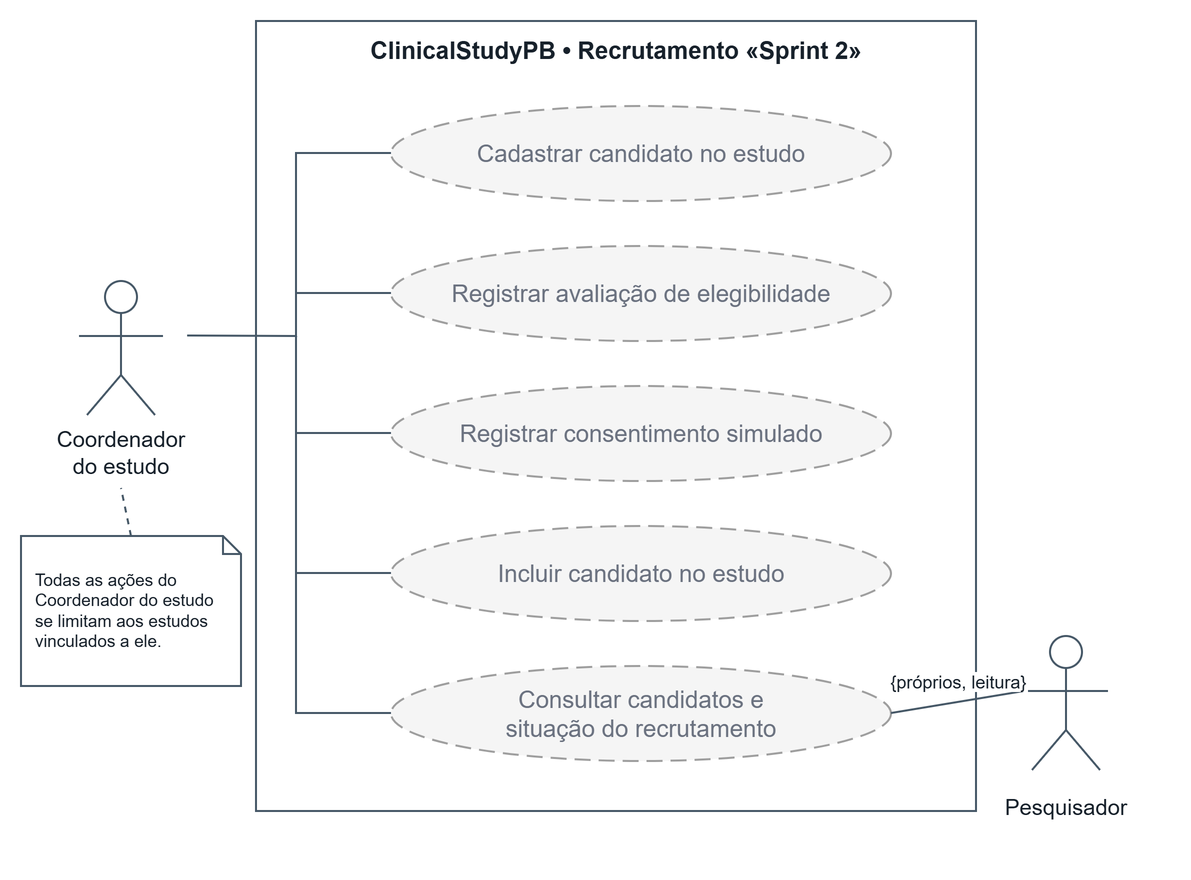
The draw.io diagram releases/release1/diagramas/03_casos_recrutamento.png in Sinddylnn/ClinicalStudyPB, before a commit. Source tidied: cells renumbered, new cells last; positions are measured from the earlier drawing's top-left corner, leaving out a move shared by most shapes. Its diagram source:
```xml
<mxGraphModel>
  <root>
    <mxCell id="0" />
    <mxCell id="1" parent="0" />
    <mxCell id="2" style="shape=rectangle;rounded=0;whiteSpace=wrap;html=0;fillColor=#FFFFFF;strokeColor=#465867;strokeWidth=2;fontColor=#17212B;fontFamily=Arial;fontSize=24;fontStyle=0;align=center;verticalAlign=middle;spacing=4;" parent="1" vertex="1">
      <mxGeometry x="235" width="720" height="790" as="geometry" />
    </mxCell>
    <mxCell id="3" value="ClinicalStudyPB • Recrutamento «Sprint 2»" style="shape=text;rounded=0;whiteSpace=wrap;html=0;fillColor=none;strokeColor=none;strokeWidth=2;fontColor=#17212B;fontFamily=Arial;fontSize=24;fontStyle=1;align=center;verticalAlign=middle;spacing=4;" parent="1" vertex="1">
      <mxGeometry x="245" y="10" width="700" height="40" as="geometry" />
    </mxCell>
    <mxCell id="4" style="shape=ellipse;rounded=0;whiteSpace=wrap;html=0;fillColor=#FFFFFF;strokeColor=#465867;strokeWidth=2;fontColor=#17212B;fontFamily=Arial;fontSize=24;fontStyle=0;align=center;verticalAlign=middle;spacing=4;" parent="1" vertex="1">
      <mxGeometry x="84" y="260" width="32" height="32" as="geometry" />
    </mxCell>
    <mxCell id="5" style="edgeStyle=none;html=0;rounded=0;strokeColor=#465867;strokeWidth=2;endArrow=none;endFill=1;startArrow=none;startFill=1;dashed=0;fontFamily=Arial;fontSize=20;fontColor=#17212B;labelBackgroundColor=#FFFFFF;" parent="1" edge="1">
      <mxGeometry relative="1" as="geometry">
        <mxPoint x="100" y="292" as="sourcePoint" />
        <mxPoint x="100" y="354" as="targetPoint" />
      </mxGeometry>
    </mxCell>
    <mxCell id="6" style="edgeStyle=none;html=0;rounded=0;strokeColor=#465867;strokeWidth=2;endArrow=none;endFill=1;startArrow=none;startFill=1;dashed=0;fontFamily=Arial;fontSize=20;fontColor=#17212B;labelBackgroundColor=#FFFFFF;" parent="1" edge="1">
      <mxGeometry relative="1" as="geometry">
        <mxPoint x="58" y="315" as="sourcePoint" />
        <mxPoint x="142" y="315" as="targetPoint" />
      </mxGeometry>
    </mxCell>
    <mxCell id="7" style="edgeStyle=none;html=0;rounded=0;strokeColor=#465867;strokeWidth=2;endArrow=none;endFill=1;startArrow=none;startFill=1;dashed=0;fontFamily=Arial;fontSize=20;fontColor=#17212B;labelBackgroundColor=#FFFFFF;" parent="1" edge="1">
      <mxGeometry relative="1" as="geometry">
        <mxPoint x="100" y="354" as="sourcePoint" />
        <mxPoint x="66" y="394" as="targetPoint" />
      </mxGeometry>
    </mxCell>
    <mxCell id="8" style="edgeStyle=none;html=0;rounded=0;strokeColor=#465867;strokeWidth=2;endArrow=none;endFill=1;startArrow=none;startFill=1;dashed=0;fontFamily=Arial;fontSize=20;fontColor=#17212B;labelBackgroundColor=#FFFFFF;" parent="1" edge="1">
      <mxGeometry relative="1" as="geometry">
        <mxPoint x="100" y="354" as="sourcePoint" />
        <mxPoint x="134" y="394" as="targetPoint" />
      </mxGeometry>
    </mxCell>
    <mxCell id="9" value="Coordenador&#10;do estudo" style="shape=text;rounded=0;whiteSpace=wrap;html=0;fillColor=none;strokeColor=none;strokeWidth=2;fontColor=#17212B;fontFamily=Arial;fontSize=22;fontStyle=0;align=center;verticalAlign=middle;spacing=4;" parent="1" vertex="1">
      <mxGeometry x="15" y="400" width="170" height="64" as="geometry" />
    </mxCell>
    <mxCell id="10" value="Cadastrar candidato no estudo" style="shape=ellipse;rounded=0;whiteSpace=wrap;html=0;fillColor=#F5F5F5;strokeColor=#9E9E9E;dashed=1;dashPattern=8 4;fontColor=#6B7280;strokeWidth=2;fontFamily=Arial;fontSize=24;fontStyle=0;align=center;verticalAlign=middle;spacing=4;" parent="1" vertex="1">
      <mxGeometry x="370" y="85" width="500" height="95" as="geometry" />
    </mxCell>
    <mxCell id="11" style="edgeStyle=none;html=0;rounded=0;strokeColor=#465867;strokeWidth=2;endArrow=none;endFill=1;startArrow=none;startFill=1;dashed=0;fontFamily=Arial;fontSize=20;fontColor=#17212B;labelBackgroundColor=#FFFFFF;" parent="1" edge="1">
      <mxGeometry x="0.01" relative="1" as="geometry">
        <mxPoint x="166.1" y="314.5" as="sourcePoint" />
        <mxPoint x="370" y="132" as="targetPoint" />
        <Array as="points">
          <mxPoint x="275" y="315" />
          <mxPoint x="275" y="132" />
        </Array>
      </mxGeometry>
    </mxCell>
    <mxCell id="12" value="Registrar avaliação de elegibilidade" style="shape=ellipse;rounded=0;whiteSpace=wrap;html=0;fillColor=#F5F5F5;strokeColor=#9E9E9E;dashed=1;dashPattern=8 4;fontColor=#6B7280;strokeWidth=2;fontFamily=Arial;fontSize=24;fontStyle=0;align=center;verticalAlign=middle;spacing=4;" parent="1" vertex="1">
      <mxGeometry x="370" y="225" width="500" height="95" as="geometry" />
    </mxCell>
    <mxCell id="13" style="edgeStyle=none;html=0;rounded=0;strokeColor=#465867;strokeWidth=2;endArrow=none;endFill=1;startArrow=none;startFill=1;dashed=0;fontFamily=Arial;fontSize=20;fontColor=#17212B;labelBackgroundColor=#FFFFFF;" parent="1" edge="1">
      <mxGeometry x="-0.28" relative="1" as="geometry">
        <mxPoint x="275.3" y="316.1" as="sourcePoint" />
        <mxPoint x="370" y="272" as="targetPoint" />
        <Array as="points">
          <mxPoint x="275" y="315" />
          <mxPoint x="275" y="272" />
        </Array>
      </mxGeometry>
    </mxCell>
    <mxCell id="14" value="Registrar consentimento simulado" style="shape=ellipse;rounded=0;whiteSpace=wrap;html=0;fillColor=#F5F5F5;strokeColor=#9E9E9E;dashed=1;dashPattern=8 4;fontColor=#6B7280;strokeWidth=2;fontFamily=Arial;fontSize=24;fontStyle=0;align=center;verticalAlign=middle;spacing=4;" parent="1" vertex="1">
      <mxGeometry x="370" y="365" width="500" height="95" as="geometry" />
    </mxCell>
    <mxCell id="15" style="edgeStyle=none;html=0;rounded=0;strokeColor=#465867;strokeWidth=2;endArrow=none;endFill=1;startArrow=none;startFill=1;dashed=0;fontFamily=Arial;fontSize=20;fontColor=#17212B;labelBackgroundColor=#FFFFFF;" parent="1" edge="1">
      <mxGeometry relative="1" as="geometry">
        <mxPoint x="275" y="315" as="sourcePoint" />
        <mxPoint x="370" y="412" as="targetPoint" />
        <Array as="points">
          <mxPoint x="275" y="315" />
          <mxPoint x="275" y="412" />
        </Array>
      </mxGeometry>
    </mxCell>
    <mxCell id="16" value="Incluir candidato no estudo" style="shape=ellipse;rounded=0;whiteSpace=wrap;html=0;fillColor=#F5F5F5;strokeColor=#9E9E9E;dashed=1;dashPattern=8 4;fontColor=#6B7280;strokeWidth=2;fontFamily=Arial;fontSize=24;fontStyle=0;align=center;verticalAlign=middle;spacing=4;" parent="1" vertex="1">
      <mxGeometry x="370" y="505" width="500" height="95" as="geometry" />
    </mxCell>
    <mxCell id="17" style="edgeStyle=none;html=0;rounded=0;strokeColor=#465867;strokeWidth=2;endArrow=none;endFill=1;startArrow=none;startFill=1;dashed=0;fontFamily=Arial;fontSize=20;fontColor=#17212B;labelBackgroundColor=#FFFFFF;" parent="1" edge="1">
      <mxGeometry relative="1" as="geometry">
        <mxPoint x="275" y="315" as="sourcePoint" />
        <mxPoint x="370" y="552" as="targetPoint" />
        <Array as="points">
          <mxPoint x="275" y="315" />
          <mxPoint x="275" y="552" />
        </Array>
      </mxGeometry>
    </mxCell>
    <mxCell id="18" value="Consultar candidatos e&#10;situação do recrutamento" style="shape=ellipse;rounded=0;whiteSpace=wrap;html=0;fillColor=#F5F5F5;strokeColor=#9E9E9E;dashed=1;dashPattern=8 4;fontColor=#6B7280;strokeWidth=2;fontFamily=Arial;fontSize=24;fontStyle=0;align=center;verticalAlign=middle;spacing=4;" parent="1" vertex="1">
      <mxGeometry x="370" y="645" width="500" height="95" as="geometry" />
    </mxCell>
    <mxCell id="19" style="edgeStyle=none;html=0;rounded=0;strokeColor=#465867;strokeWidth=2;endArrow=none;endFill=1;startArrow=none;startFill=1;dashed=0;fontFamily=Arial;fontSize=20;fontColor=#17212B;labelBackgroundColor=#FFFFFF;" parent="1" edge="1">
      <mxGeometry relative="1" as="geometry">
        <mxPoint x="275" y="315" as="sourcePoint" />
        <mxPoint x="370" y="692" as="targetPoint" />
        <Array as="points">
          <mxPoint x="275" y="692" />
        </Array>
      </mxGeometry>
    </mxCell>
    <mxCell id="20" style="shape=ellipse;rounded=0;whiteSpace=wrap;html=0;fillColor=#FFFFFF;strokeColor=#465867;strokeWidth=2;fontColor=#17212B;fontFamily=Arial;fontSize=24;fontStyle=0;align=center;verticalAlign=middle;spacing=4;" parent="1" vertex="1">
      <mxGeometry x="1029" y="615" width="32" height="32" as="geometry" />
    </mxCell>
    <mxCell id="21" style="edgeStyle=none;html=0;rounded=0;strokeColor=#465867;strokeWidth=2;endArrow=none;endFill=1;startArrow=none;startFill=1;dashed=0;fontFamily=Arial;fontSize=20;fontColor=#17212B;labelBackgroundColor=#FFFFFF;" parent="1" edge="1">
      <mxGeometry relative="1" as="geometry">
        <mxPoint x="1045" y="647" as="sourcePoint" />
        <mxPoint x="1045" y="709" as="targetPoint" />
      </mxGeometry>
    </mxCell>
    <mxCell id="22" style="edgeStyle=none;html=0;rounded=0;strokeColor=#465867;strokeWidth=2;endArrow=none;endFill=1;startArrow=none;startFill=1;dashed=0;fontFamily=Arial;fontSize=20;fontColor=#17212B;labelBackgroundColor=#FFFFFF;" parent="1" edge="1">
      <mxGeometry relative="1" as="geometry">
        <mxPoint x="1003" y="670" as="sourcePoint" />
        <mxPoint x="1087" y="670" as="targetPoint" />
      </mxGeometry>
    </mxCell>
    <mxCell id="23" style="edgeStyle=none;html=0;rounded=0;strokeColor=#465867;strokeWidth=2;endArrow=none;endFill=1;startArrow=none;startFill=1;dashed=0;fontFamily=Arial;fontSize=20;fontColor=#17212B;labelBackgroundColor=#FFFFFF;" parent="1" edge="1">
      <mxGeometry relative="1" as="geometry">
        <mxPoint x="1045" y="709" as="sourcePoint" />
        <mxPoint x="1011" y="749" as="targetPoint" />
      </mxGeometry>
    </mxCell>
    <mxCell id="24" style="edgeStyle=none;html=0;rounded=0;strokeColor=#465867;strokeWidth=2;endArrow=none;endFill=1;startArrow=none;startFill=1;dashed=0;fontFamily=Arial;fontSize=20;fontColor=#17212B;labelBackgroundColor=#FFFFFF;" parent="1" edge="1">
      <mxGeometry relative="1" as="geometry">
        <mxPoint x="1045" y="709" as="sourcePoint" />
        <mxPoint x="1079" y="749" as="targetPoint" />
      </mxGeometry>
    </mxCell>
    <mxCell id="25" value="Pesquisador" style="shape=text;rounded=0;whiteSpace=wrap;html=0;fillColor=none;strokeColor=none;strokeWidth=2;fontColor=#17212B;fontFamily=Arial;fontSize=22;fontStyle=0;align=center;verticalAlign=middle;spacing=4;" parent="1" vertex="1">
      <mxGeometry x="960" y="755" width="170" height="64" as="geometry" />
    </mxCell>
    <mxCell id="26" style="edgeStyle=none;html=0;rounded=0;strokeColor=#465867;strokeWidth=2;endArrow=none;endFill=1;startArrow=none;startFill=1;dashed=0;fontFamily=Arial;fontSize=20;fontColor=#17212B;labelBackgroundColor=#FFFFFF;" parent="1" edge="1">
      <mxGeometry relative="1" as="geometry">
        <mxPoint x="1003" y="670" as="sourcePoint" />
        <mxPoint x="870" y="692" as="targetPoint" />
      </mxGeometry>
    </mxCell>
    <mxCell id="27" value="{próprios, leitura}" style="edgeLabel;html=0;align=center;verticalAlign=middle;fontFamily=Arial;fontSize=18;fontColor=#17212B;labelBackgroundColor=#FFFFFF;" parent="26" vertex="1">
      <mxGeometry relative="1" as="geometry">
        <mxPoint y="-22" as="offset" />
      </mxGeometry>
    </mxCell>
    <mxCell id="28" value="Todas as ações do Coordenador do estudo se limitam aos estudos vinculados a ele." style="shape=note;whiteSpace=wrap;html=0;backgroundOutline=1;size=18;fillColor=#FFFFFF;strokeColor=#465867;strokeWidth=2;fontFamily=Arial;fontSize=17;fontColor=#17212B;align=left;verticalAlign=middle;spacingLeft=12;spacingRight=12;" parent="1" vertex="1">
      <mxGeometry y="515" width="220" height="150" as="geometry" />
    </mxCell>
    <mxCell id="29" style="edgeStyle=none;html=0;rounded=0;strokeColor=#465867;strokeWidth=2;endArrow=none;dashed=1;" parent="1" edge="1">
      <mxGeometry relative="1" as="geometry">
        <mxPoint x="110" y="515" as="sourcePoint" />
        <mxPoint x="100" y="467" as="targetPoint" />
      </mxGeometry>
    </mxCell>
  </root>
</mxGraphModel>
```
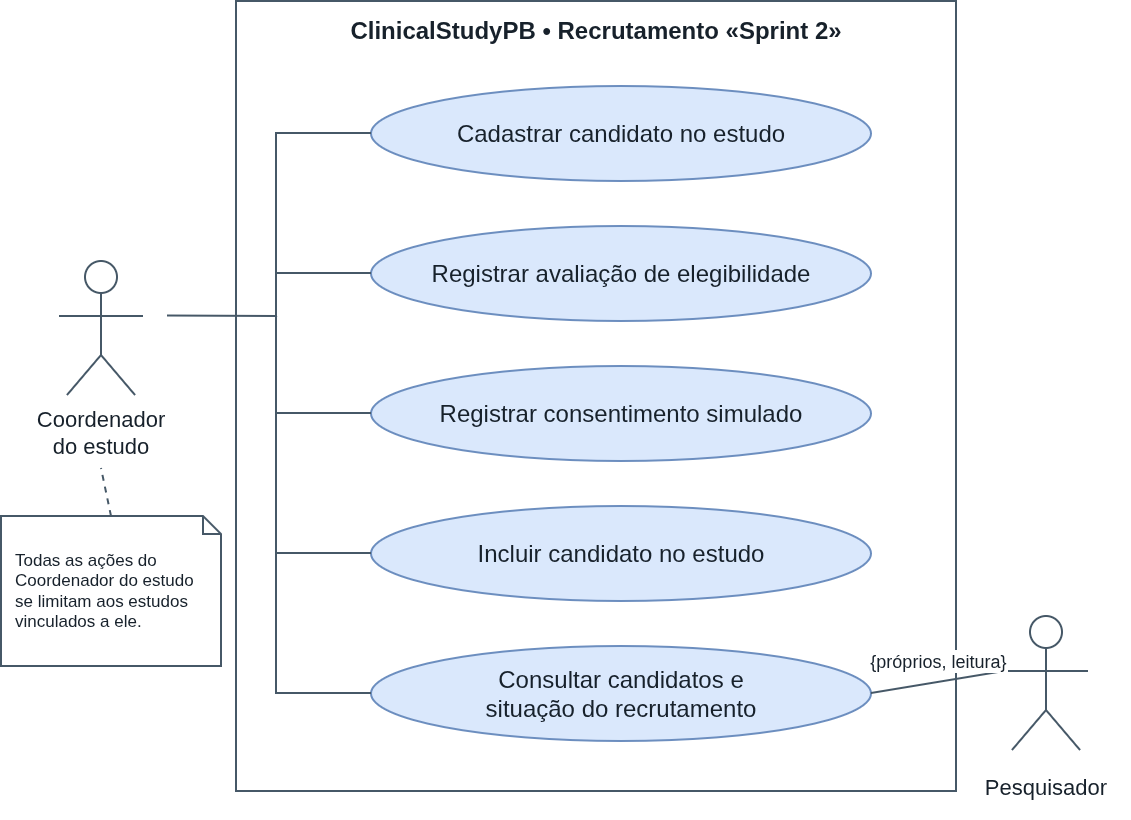
The same diagram one commit later.

Commit message:
docs: corrige diagramas de caso de uso

What changed in the source:
```diff
@@ -38,7 +38,7 @@
     <mxCell id="9" value="Coordenador&#10;do estudo" style="shape=text;rounded=0;whiteSpace=wrap;html=0;fillColor=none;strokeColor=none;strokeWidth=2;fontColor=#17212B;fontFamily=Arial;fontSize=22;fontStyle=0;align=center;verticalAlign=middle;spacing=4;" parent="1" vertex="1">
       <mxGeometry x="15" y="400" width="170" height="64" as="geometry" />
     </mxCell>
-    <mxCell id="10" value="Cadastrar candidato no estudo" style="shape=ellipse;rounded=0;whiteSpace=wrap;html=0;fillColor=#F5F5F5;strokeColor=#9E9E9E;dashed=1;dashPattern=8 4;fontColor=#6B7280;strokeWidth=2;fontFamily=Arial;fontSize=24;fontStyle=0;align=center;verticalAlign=middle;spacing=4;" parent="1" vertex="1">
+    <mxCell id="10" value="Cadastrar candidato no estudo" style="shape=ellipse;rounded=0;whiteSpace=wrap;html=0;fillColor=#DAE8FC;strokeColor=#6C8EBF;dashed=0;fontColor=#17212B;strokeWidth=2;fontFamily=Arial;fontSize=24;fontStyle=0;align=center;verticalAlign=middle;spacing=4;" parent="1" vertex="1">
       <mxGeometry x="370" y="85" width="500" height="95" as="geometry" />
     </mxCell>
     <mxCell id="11" style="edgeStyle=none;html=0;rounded=0;strokeColor=#465867;strokeWidth=2;endArrow=none;endFill=1;startArrow=none;startFill=1;dashed=0;fontFamily=Arial;fontSize=20;fontColor=#17212B;labelBackgroundColor=#FFFFFF;" parent="1" edge="1">
@@ -51,7 +51,7 @@
         </Array>
       </mxGeometry>
     </mxCell>
-    <mxCell id="12" value="Registrar avaliação de elegibilidade" style="shape=ellipse;rounded=0;whiteSpace=wrap;html=0;fillColor=#F5F5F5;strokeColor=#9E9E9E;dashed=1;dashPattern=8 4;fontColor=#6B7280;strokeWidth=2;fontFamily=Arial;fontSize=24;fontStyle=0;align=center;verticalAlign=middle;spacing=4;" parent="1" vertex="1">
+    <mxCell id="12" value="Registrar avaliação de elegibilidade" style="shape=ellipse;rounded=0;whiteSpace=wrap;html=0;fillColor=#DAE8FC;strokeColor=#6C8EBF;dashed=0;fontColor=#17212B;strokeWidth=2;fontFamily=Arial;fontSize=24;fontStyle=0;align=center;verticalAlign=middle;spacing=4;" parent="1" vertex="1">
       <mxGeometry x="370" y="225" width="500" height="95" as="geometry" />
     </mxCell>
     <mxCell id="13" style="edgeStyle=none;html=0;rounded=0;strokeColor=#465867;strokeWidth=2;endArrow=none;endFill=1;startArrow=none;startFill=1;dashed=0;fontFamily=Arial;fontSize=20;fontColor=#17212B;labelBackgroundColor=#FFFFFF;" parent="1" edge="1">
@@ -64,7 +64,7 @@
         </Array>
       </mxGeometry>
     </mxCell>
-    <mxCell id="14" value="Registrar consentimento simulado" style="shape=ellipse;rounded=0;whiteSpace=wrap;html=0;fillColor=#F5F5F5;strokeColor=#9E9E9E;dashed=1;dashPattern=8 4;fontColor=#6B7280;strokeWidth=2;fontFamily=Arial;fontSize=24;fontStyle=0;align=center;verticalAlign=middle;spacing=4;" parent="1" vertex="1">
+    <mxCell id="14" value="Registrar consentimento simulado" style="shape=ellipse;rounded=0;whiteSpace=wrap;html=0;fillColor=#DAE8FC;strokeColor=#6C8EBF;dashed=0;fontColor=#17212B;strokeWidth=2;fontFamily=Arial;fontSize=24;fontStyle=0;align=center;verticalAlign=middle;spacing=4;" parent="1" vertex="1">
       <mxGeometry x="370" y="365" width="500" height="95" as="geometry" />
     </mxCell>
     <mxCell id="15" style="edgeStyle=none;html=0;rounded=0;strokeColor=#465867;strokeWidth=2;endArrow=none;endFill=1;startArrow=none;startFill=1;dashed=0;fontFamily=Arial;fontSize=20;fontColor=#17212B;labelBackgroundColor=#FFFFFF;" parent="1" edge="1">
@@ -77,7 +77,7 @@
         </Array>
       </mxGeometry>
     </mxCell>
-    <mxCell id="16" value="Incluir candidato no estudo" style="shape=ellipse;rounded=0;whiteSpace=wrap;html=0;fillColor=#F5F5F5;strokeColor=#9E9E9E;dashed=1;dashPattern=8 4;fontColor=#6B7280;strokeWidth=2;fontFamily=Arial;fontSize=24;fontStyle=0;align=center;verticalAlign=middle;spacing=4;" parent="1" vertex="1">
+    <mxCell id="16" value="Incluir candidato no estudo" style="shape=ellipse;rounded=0;whiteSpace=wrap;html=0;fillColor=#DAE8FC;strokeColor=#6C8EBF;dashed=0;fontColor=#17212B;strokeWidth=2;fontFamily=Arial;fontSize=24;fontStyle=0;align=center;verticalAlign=middle;spacing=4;" parent="1" vertex="1">
       <mxGeometry x="370" y="505" width="500" height="95" as="geometry" />
     </mxCell>
     <mxCell id="17" style="edgeStyle=none;html=0;rounded=0;strokeColor=#465867;strokeWidth=2;endArrow=none;endFill=1;startArrow=none;startFill=1;dashed=0;fontFamily=Arial;fontSize=20;fontColor=#17212B;labelBackgroundColor=#FFFFFF;" parent="1" edge="1">
@@ -90,7 +90,7 @@
         </Array>
       </mxGeometry>
     </mxCell>
-    <mxCell id="18" value="Consultar candidatos e&#10;situação do recrutamento" style="shape=ellipse;rounded=0;whiteSpace=wrap;html=0;fillColor=#F5F5F5;strokeColor=#9E9E9E;dashed=1;dashPattern=8 4;fontColor=#6B7280;strokeWidth=2;fontFamily=Arial;fontSize=24;fontStyle=0;align=center;verticalAlign=middle;spacing=4;" parent="1" vertex="1">
+    <mxCell id="18" value="Consultar candidatos e&#10;situação do recrutamento" style="shape=ellipse;rounded=0;whiteSpace=wrap;html=0;fillColor=#DAE8FC;strokeColor=#6C8EBF;dashed=0;fontColor=#17212B;strokeWidth=2;fontFamily=Arial;fontSize=24;fontStyle=0;align=center;verticalAlign=middle;spacing=4;" parent="1" vertex="1">
       <mxGeometry x="370" y="645" width="500" height="95" as="geometry" />
     </mxCell>
     <mxCell id="19" style="edgeStyle=none;html=0;rounded=0;strokeColor=#465867;strokeWidth=2;endArrow=none;endFill=1;startArrow=none;startFill=1;dashed=0;fontFamily=Arial;fontSize=20;fontColor=#17212B;labelBackgroundColor=#FFFFFF;" parent="1" edge="1">
```
